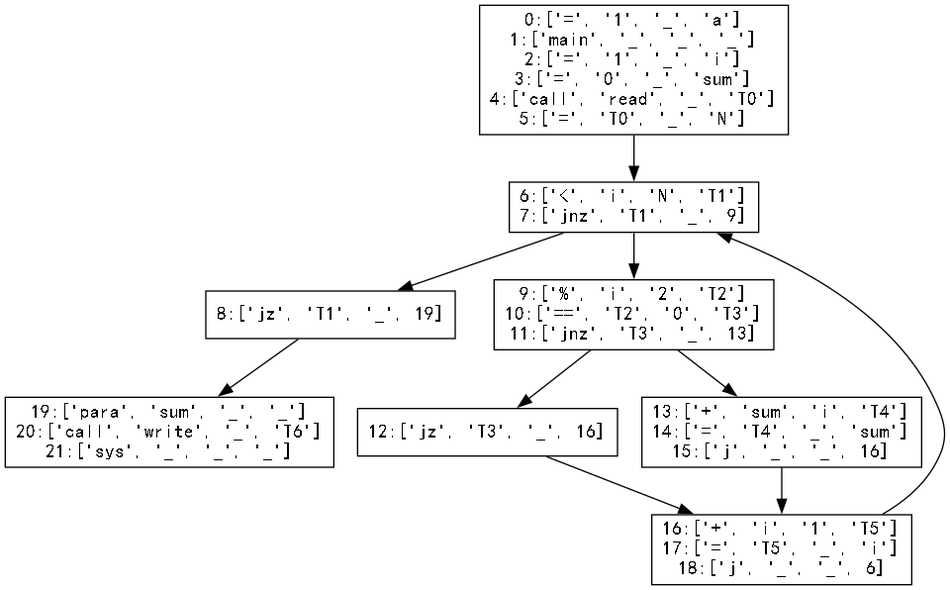
Above: Basic_Block/basic_block.gv.png in hutao99/compiler (Graphviz), before the change. Its source is kept beside it as Basic_Block/basic_block.gv.
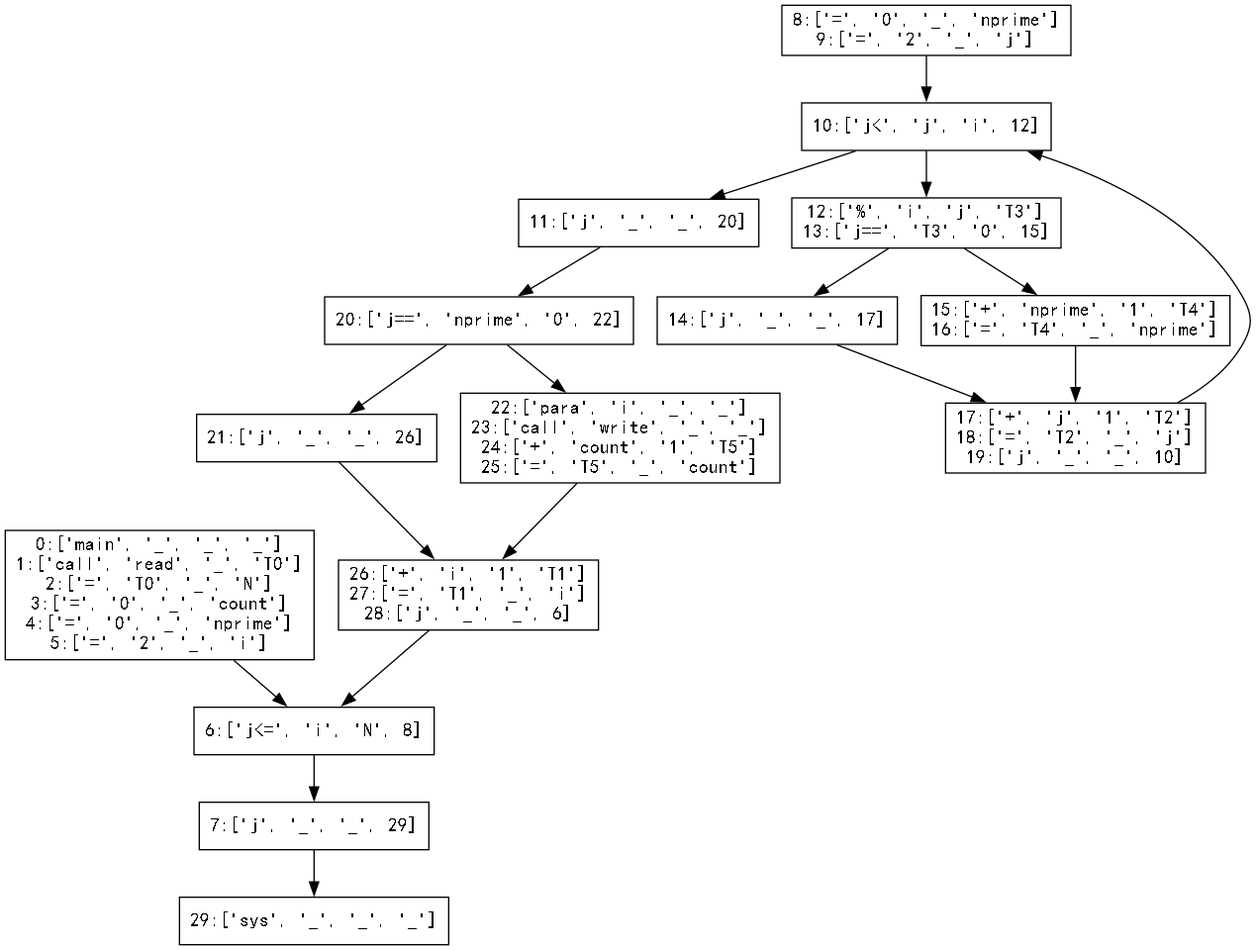
After the change.

What changed in the source:
```diff
@@ -1,41 +1,64 @@
 digraph "./Basic_Block/basic_block" {
-	0 [label="0:['=', '1', '_', 'a']
-1:['main', '_', '_', '_']
-2:['=', '1', '_', 'i']
-3:['=', '0', '_', 'sum']
-4:['call', 'read', '_', 'T0']
-5:['=', 'T0', '_', 'N']
+	0 [label="0:['main', '_', '_', '_']
+1:['call', 'read', '_', 'T0']
+2:['=', 'T0', '_', 'N']
+3:['=', '0', '_', 'count']
+4:['=', '0', '_', 'nprime']
+5:['=', '2', '_', 'i']
 " fontname=SimHei shape=rectangle]
-	1 [label="6:['<', 'i', 'N', 'T1']
-7:['jnz', 'T1', '_', 9]
+	1 [label="6:['j<=', 'i', 'N', 8]
 " fontname=SimHei shape=rectangle]
-	2 [label="8:['jz', 'T1', '_', 19]
+	2 [label="7:['j', '_', '_', 29]
 " fontname=SimHei shape=rectangle]
-	3 [label="9:['%', 'i', '2', 'T2']
-10:['==', 'T2', '0', 'T3']
-11:['jnz', 'T3', '_', 13]
+	3 [label="8:['=', '0', '_', 'nprime']
+9:['=', '2', '_', 'j']
 " fontname=SimHei shape=rectangle]
-	4 [label="12:['jz', 'T3', '_', 16]
+	4 [label="10:['j<', 'j', 'i', 12]
 " fontname=SimHei shape=rectangle]
-	5 [label="13:['+', 'sum', 'i', 'T4']
-14:['=', 'T4', '_', 'sum']
-15:['j', '_', '_', 16]
+	5 [label="11:['j', '_', '_', 20]
 " fontname=SimHei shape=rectangle]
-	6 [label="16:['+', 'i', '1', 'T5']
-17:['=', 'T5', '_', 'i']
-18:['j', '_', '_', 6]
+	6 [label="12:['%', 'i', 'j', 'T3']
+13:['j==', 'T3', '0', 15]
 " fontname=SimHei shape=rectangle]
-	7 [label="19:['para', 'sum', '_', '_']
-20:['call', 'write', '_', 'T6']
-21:['sys', '_', '_', '_']
+	7 [label="14:['j', '_', '_', 17]
+" fontname=SimHei shape=rectangle]
+	8 [label="15:['+', 'nprime', '1', 'T4']
+16:['=', 'T4', '_', 'nprime']
+" fontname=SimHei shape=rectangle]
+	9 [label="17:['+', 'j', '1', 'T2']
+18:['=', 'T2', '_', 'j']
+19:['j', '_', '_', 10]
+" fontname=SimHei shape=rectangle]
+	10 [label="20:['j==', 'nprime', '0', 22]
+" fontname=SimHei shape=rectangle]
+	11 [label="21:['j', '_', '_', 26]
+" fontname=SimHei shape=rectangle]
+	12 [label="22:['para', 'i', '_', '_']
+23:['call', 'write', '_', '_']
+24:['+', 'count', '1', 'T5']
+25:['=', 'T5', '_', 'count']
+" fontname=SimHei shape=rectangle]
+	13 [label="26:['+', 'i', '1', 'T1']
+27:['=', 'T1', '_', 'i']
+28:['j', '_', '_', 6]
+" fontname=SimHei shape=rectangle]
+	14 [label="29:['sys', '_', '_', '_']
 " fontname=SimHei shape=rectangle]
 	0 -> 1
-	1 -> 3
 	1 -> 2
-	2 -> 7
-	3 -> 5
+	2 -> 14
 	3 -> 4
 	4 -> 6
-	5 -> 6
-	6 -> 1
+	4 -> 5
+	5 -> 10
+	6 -> 8
+	6 -> 7
+	7 -> 9
+	8 -> 9
+	9 -> 4
+	10 -> 12
+	10 -> 11
+	11 -> 13
+	12 -> 13
+	13 -> 1
 }
```
